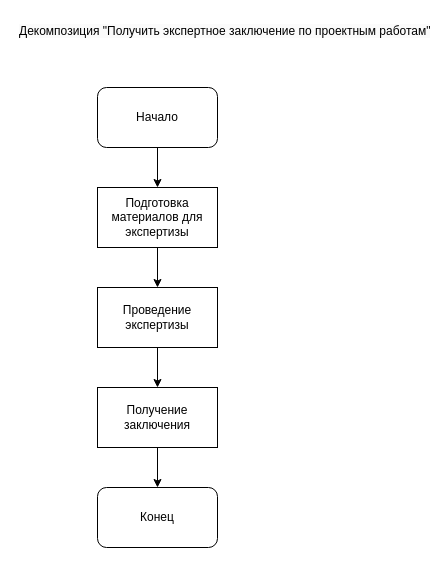
Above: page "Страница — 4" (4 of 4) of 3 курс/5 семестр/Моделирование бизнес-процессов/Практика 29/pr29.drawio in Kirill010/RTU-MIREA (draw.io), before the change. Source tidied: cells renumbered, new cells numbered last; positions are measured from the earlier drawing's top-left corner, leaving out a move shared by most shapes. Both pictures are drawn from the tidied source at 100%, with x=0, y=0 at pixel (17, 17).
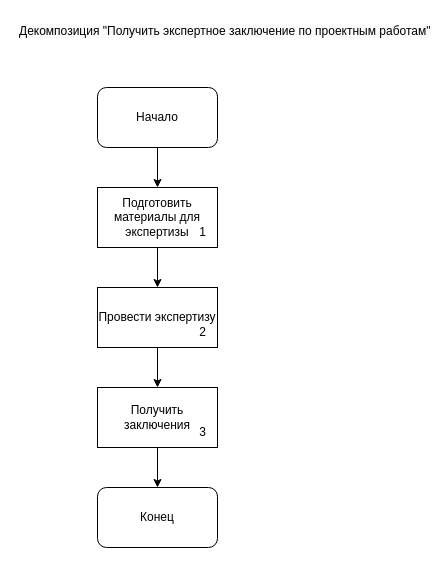
After the change.

Change to the diagram source:
```diff
@@
 <mxGraphModel>
   <root>
     <mxCell id="0" />
     <mxCell id="1" parent="0" />
     <mxCell id="2" value="&lt;span style=&quot;color: rgb(0, 0, 0); font-family: Helvetica; font-size: 12px; font-style: normal; font-variant-ligatures: normal; font-variant-caps: normal; font-weight: 400; letter-spacing: normal; orphans: 2; text-align: center; text-indent: 0px; text-transform: none; widows: 2; word-spacing: 0px; -webkit-text-stroke-width: 0px; white-space: nowrap; background-color: rgb(251, 251, 251); text-decoration-thickness: initial; text-decoration-style: initial; text-decoration-color: initial; display: inline !important; float: none;&quot;&gt;Декомпозиция &quot;Получить экспертное заключение по проектным работам&quot;&lt;/span&gt;" style="text;whiteSpace=wrap;html=1;" parent="1" vertex="1">
       <mxGeometry width="290" height="40" as="geometry" />
     </mxCell>
     <mxCell id="3" style="edgeStyle=orthogonalEdgeStyle;rounded=0;jettySize=auto;html=1;" parent="1" edge="1" source="4" target="6">
       <mxGeometry relative="1" as="geometry" />
     </mxCell>
     <mxCell id="4" value="Начало" style="rounded=1;whiteSpace=wrap;html=1;" parent="1" vertex="1">
       <mxGeometry x="80" y="70" width="120" height="60" as="geometry" />
     </mxCell>
     <mxCell id="5" style="edgeStyle=orthogonalEdgeStyle;rounded=0;jettySize=auto;html=1;" parent="1" edge="1" source="6" target="8">
       <mxGeometry relative="1" as="geometry" />
     </mxCell>
-    <mxCell id="6" value="Подготовка материалов для экспертизы" style="rounded=0;whiteSpace=wrap;html=1;" parent="1" vertex="1">
+    <mxCell id="6" value="Подготовить материалы для экспертизы" style="rounded=0;whiteSpace=wrap;html=1;" parent="1" vertex="1">
       <mxGeometry x="80" y="170" width="120" height="60" as="geometry" />
     </mxCell>
     <mxCell id="7" style="edgeStyle=orthogonalEdgeStyle;rounded=0;jettySize=auto;html=1;" parent="1" edge="1" source="8" target="10">
       <mxGeometry relative="1" as="geometry" />
     </mxCell>
-    <mxCell id="8" value="Проведение экспертизы" style="rounded=0;whiteSpace=wrap;html=1;" parent="1" vertex="1">
+    <mxCell id="8" value="Провести экспертизу" style="rounded=0;whiteSpace=wrap;html=1;" parent="1" vertex="1">
       <mxGeometry x="80" y="270" width="120" height="60" as="geometry" />
     </mxCell>
     <mxCell id="9" style="edgeStyle=orthogonalEdgeStyle;rounded=0;jettySize=auto;html=1;" parent="1" edge="1" source="10" target="11">
       <mxGeometry relative="1" as="geometry" />
     </mxCell>
-    <mxCell id="10" value="Получение заключения" style="rounded=0;whiteSpace=wrap;html=1;" parent="1" vertex="1">
+    <mxCell id="10" value="Получить заключения" style="rounded=0;whiteSpace=wrap;html=1;" parent="1" vertex="1">
       <mxGeometry x="80" y="370" width="120" height="60" as="geometry" />
     </mxCell>
     <mxCell id="11" value="Конец" style="rounded=1;whiteSpace=wrap;html=1;" parent="1" vertex="1">
       <mxGeometry x="80" y="470" width="120" height="60" as="geometry" />
     </mxCell>
+    <mxCell id="12" value="1" style="text;html=1;align=center;verticalAlign=middle;strokeColor=none;fillColor=none;" parent="1" vertex="1">
+      <mxGeometry x="170" y="200" width="30" height="30" as="geometry" />
+    </mxCell>
+    <mxCell id="13" value="2" style="text;html=1;align=center;verticalAlign=middle;strokeColor=none;fillColor=none;" parent="1" vertex="1">
+      <mxGeometry x="170" y="300" width="30" height="30" as="geometry" />
+    </mxCell>
+    <mxCell id="14" value="3" style="text;html=1;align=center;verticalAlign=middle;strokeColor=none;fillColor=none;" parent="1" vertex="1">
+      <mxGeometry x="170" y="400" width="30" height="30" as="geometry" />
+    </mxCell>
   </root>
 </mxGraphModel>
```
